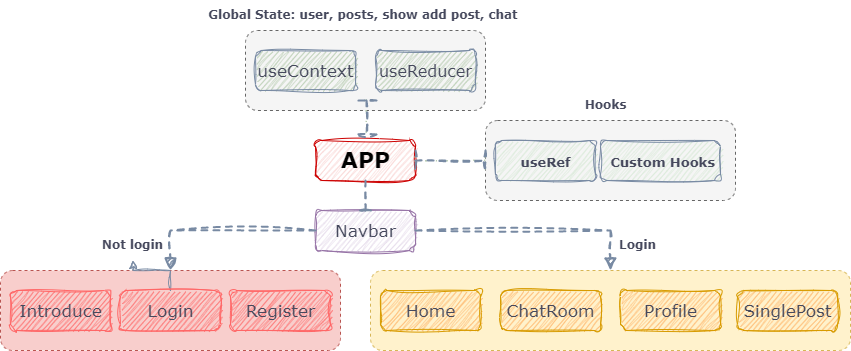
Earlier version of the draw.io export src/images/structure.png (Penny1122/Social_Tree). Source tidied: cells renumbered, new cells last; positions are measured from the earlier drawing's top-left corner, leaving out a move shared by most shapes.
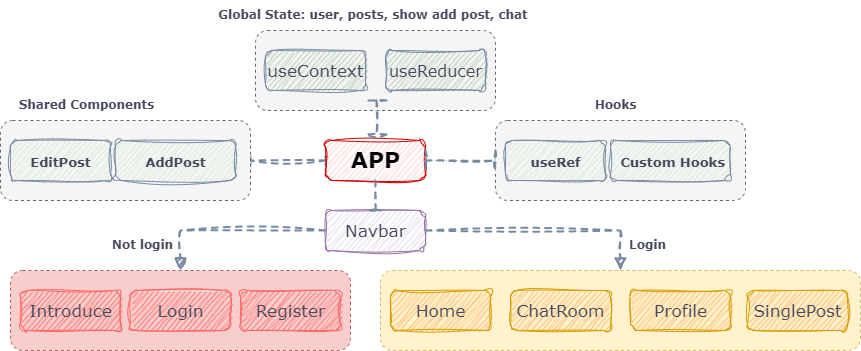
Later version of the same file.

Diff of the diagram source:
```diff
@@ -8,6 +8,9 @@
     <mxCell id="3" style="rounded=1;whiteSpace=wrap;html=1;fillColor=#f8cecc;dashed=1;strokeColor=#b85450;labelBackgroundColor=none;fontFamily=Verdana;" parent="1" vertex="1">
       <mxGeometry y="270" width="340" height="80" as="geometry" />
     </mxCell>
+    <mxCell id="29" style="edgeStyle=orthogonalEdgeStyle;rounded=0;sketch=1;hachureGap=4;jiggle=2;curveFitting=1;jettySize=auto;html=1;exitX=0;exitY=0.5;exitDx=0;exitDy=0;entryX=1;entryY=0.5;entryDx=0;entryDy=0;strokeColor=#788AA3;fontFamily=Architects Daughter;fontSource=https%3A%2F%2Ffonts.googleapis.com%2Fcss%3Ffamily%3DArchitects%2BDaughter;fontSize=16;fontColor=#46495D;fillColor=#B2C9AB;endArrow=baseDash;endFill=0;dashed=1;strokeWidth=2;startArrow=baseDash;startFill=0;" parent="1" edge="1" source="4" target="30">
+      <mxGeometry relative="1" as="geometry" />
+    </mxCell>
     <mxCell id="4" value="APP" style="text;html=1;fontSize=22;fontStyle=1;verticalAlign=middle;align=center;sketch=1;curveFitting=1;jiggle=2;fillColor=#f8cecc;strokeColor=#CC0000;fontFamily=Verdana;rounded=1;labelBackgroundColor=none;" parent="1" vertex="1">
       <mxGeometry x="315" y="140" width="100" height="40" as="geometry" />
     </mxCell>
@@ -47,9 +50,6 @@
     <mxCell id="16" value="&lt;span style=&quot;font-weight: normal;&quot;&gt;&lt;font style=&quot;font-size: 17px;&quot;&gt;Introduce&lt;/font&gt;&lt;/span&gt;" style="text;html=1;fontSize=19;fontStyle=1;verticalAlign=middle;align=center;sketch=1;curveFitting=1;jiggle=2;fillColor=#FF6666;strokeColor=#FF6666;fontFamily=Verdana;rounded=1;labelBackgroundColor=none;fontColor=#46495D;" parent="1" vertex="1">
       <mxGeometry x="10" y="290" width="100" height="40" as="geometry" />
     </mxCell>
-    <mxCell id="17" style="edgeStyle=orthogonalEdgeStyle;rounded=0;sketch=1;hachureGap=4;jiggle=2;curveFitting=1;jettySize=auto;html=1;strokeColor=#788AA3;fontFamily=Architects Daughter;fontSource=https%3A%2F%2Ffonts.googleapis.com%2Fcss%3Ffamily%3DArchitects%2BDaughter;fontSize=16;fontColor=#46495D;fillColor=#B2C9AB;" parent="1" edge="1" source="18" target="24">
-      <mxGeometry relative="1" as="geometry" />
-    </mxCell>
     <mxCell id="18" value="&lt;span style=&quot;font-weight: normal;&quot;&gt;&lt;font style=&quot;font-size: 17px;&quot;&gt;Login&lt;/font&gt;&lt;/span&gt;" style="text;html=1;fontSize=19;fontStyle=1;verticalAlign=middle;align=center;sketch=1;curveFitting=1;jiggle=2;fillColor=#FF6666;strokeColor=#FF6666;fontFamily=Verdana;rounded=1;labelBackgroundColor=none;fontColor=#46495D;" parent="1" vertex="1">
       <mxGeometry x="120" y="290" width="100" height="40" as="geometry" />
     </mxCell>
@@ -83,5 +83,17 @@
     <mxCell id="28" value="Hooks" style="text;html=1;strokeColor=none;fillColor=none;align=center;verticalAlign=middle;whiteSpace=wrap;rounded=1;fontFamily=Verdana;fontStyle=1;labelBackgroundColor=none;fontColor=#46495D;" parent="1" vertex="1">
       <mxGeometry x="562.5" y="90" width="85" height="30" as="geometry" />
     </mxCell>
+    <mxCell id="30" style="rounded=1;whiteSpace=wrap;html=1;fillColor=#f5f5f5;dashed=1;strokeColor=#666666;labelBackgroundColor=none;fontColor=#333333;strokeWidth=1;fontFamily=Verdana;" parent="1" vertex="1">
+      <mxGeometry x="-10" y="120" width="250" height="80" as="geometry" />
+    </mxCell>
+    <mxCell id="31" value="&lt;span style=&quot;&quot;&gt;&lt;font style=&quot;font-size: 13px;&quot;&gt;&lt;b&gt;EditPost&lt;/b&gt;&lt;/font&gt;&lt;/span&gt;" style="text;html=1;fontSize=19;fontStyle=0;verticalAlign=middle;align=center;fillColor=#D5E8D4;fontColor=#46495D;strokeColor=#788AA3;fontFamily=Verdana;rounded=1;labelBackgroundColor=none;sketch=1;curveFitting=1;jiggle=2;" parent="1" vertex="1">
+      <mxGeometry y="140" width="100" height="40" as="geometry" />
+    </mxCell>
+    <mxCell id="32" value="&lt;font style=&quot;font-size: 13px;&quot;&gt;AddPost&lt;/font&gt;" style="text;html=1;fontSize=19;fontStyle=1;verticalAlign=middle;align=center;sketch=1;curveFitting=1;jiggle=2;fillColor=#D5E8D4;strokeColor=#788AA3;fontColor=#46495D;fontFamily=Verdana;rounded=1;labelBackgroundColor=none;" parent="1" vertex="1">
+      <mxGeometry x="105" y="140" width="120" height="40" as="geometry" />
+    </mxCell>
+    <mxCell id="33" value="Shared Components" style="text;html=1;strokeColor=none;fillColor=none;align=center;verticalAlign=middle;whiteSpace=wrap;rounded=1;fontFamily=Verdana;fontStyle=1;labelBackgroundColor=none;fontColor=#46495D;" parent="1" vertex="1">
+      <mxGeometry y="90" width="152.5" height="30" as="geometry" />
+    </mxCell>
   </root>
 </mxGraphModel>
```
